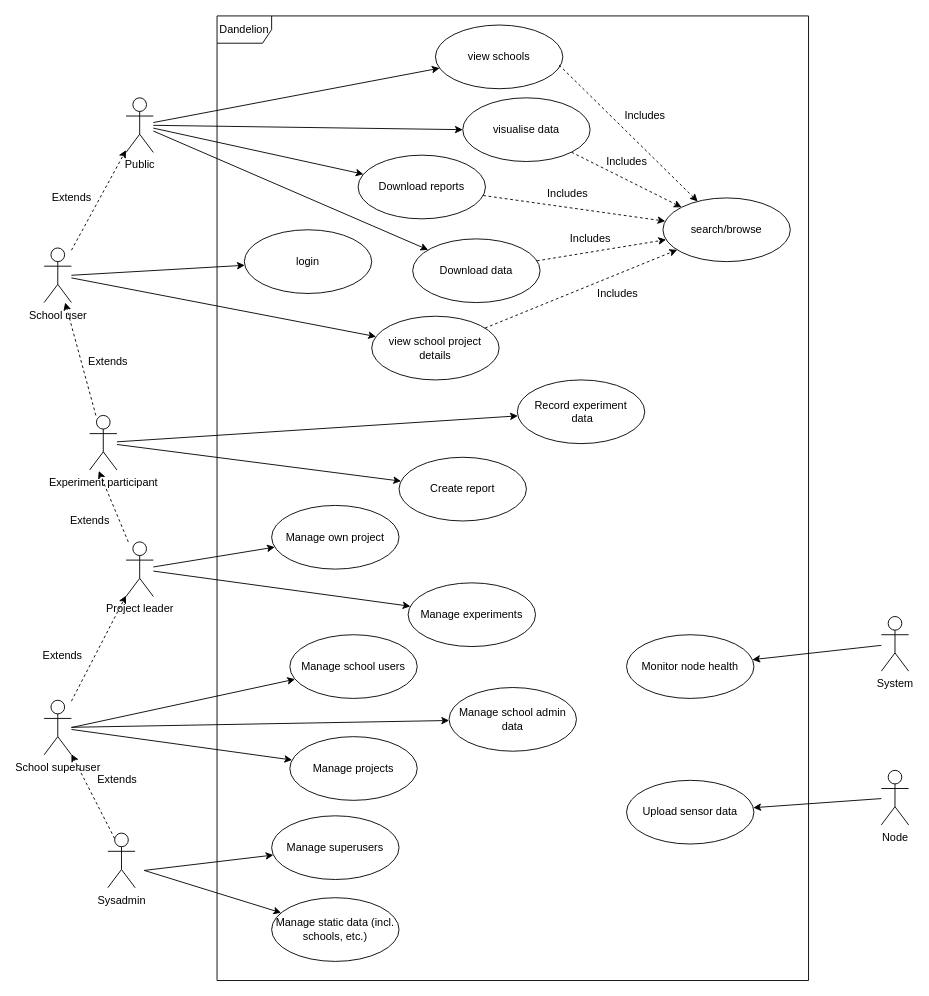
The draw.io diagram Documentation/Use cases.drawio in Dandelion-dev-team/dandelion, before the edit. Source tidied: cells renumbered, new cells numbered last; positions are measured from the earlier drawing's top-left corner, leaving out a move shared by most shapes. Both pictures are drawn from the tidied source at 91%, with x=0, y=0 at pixel (35, 15).
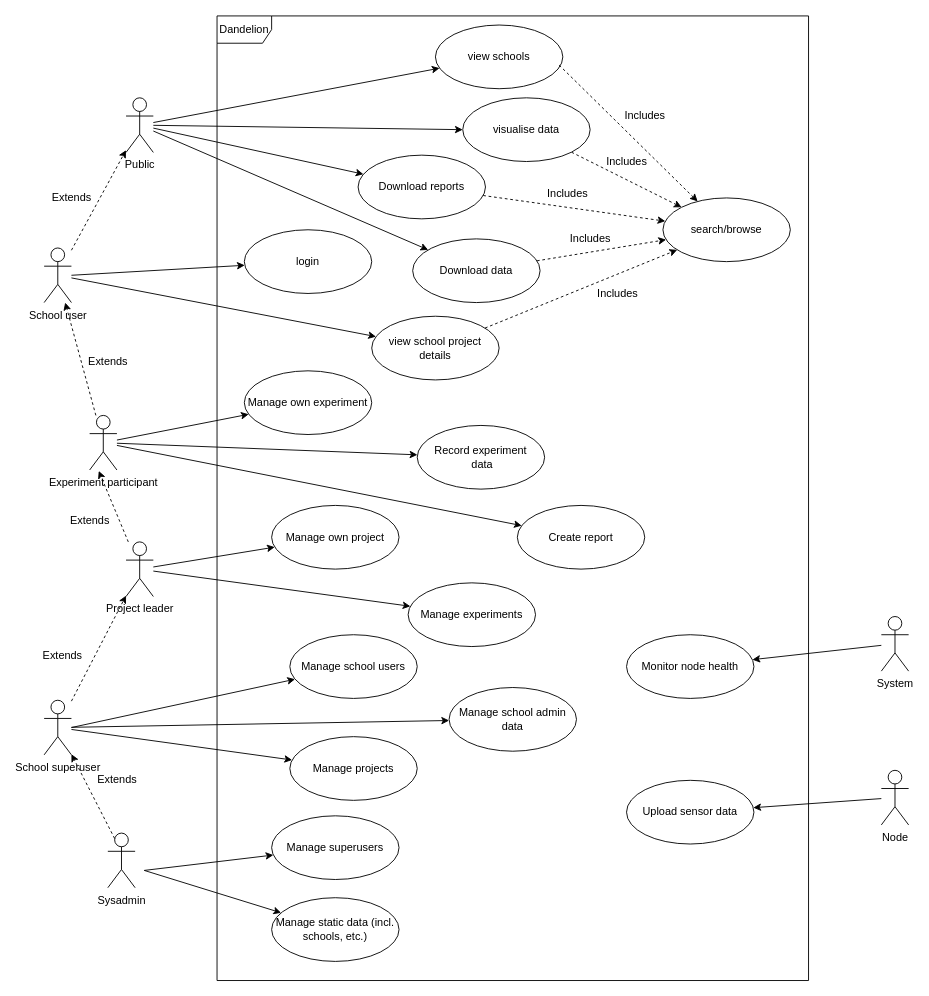
Above is the later version.

Commit message:
Update Use cases based on feedback from user workshop 1

Unchanged cells that the change refers to:
```xml
<mxCell id="8" value="Experiment participant" style="shape=umlActor;verticalLabelPosition=bottom;verticalAlign=top;html=1;" parent="1" vertex="1">
  <mxGeometry x="60" y="439" width="30" height="60" as="geometry" />
</mxCell>
```

What changed in the source:
```diff
@@
     <mxCell id="29" value="Record experiment&lt;br&gt;&amp;nbsp;data" style="ellipse;whiteSpace=wrap;html=1;" parent="1" vertex="1">
-      <mxGeometry x="530" y="400" width="140" height="70" as="geometry" />
+      <mxGeometry x="420" y="450" width="140" height="70" as="geometry" />
     </mxCell>
@@
     <mxCell id="31" value="Create report" style="ellipse;whiteSpace=wrap;html=1;" parent="1" vertex="1">
-      <mxGeometry x="400" y="485" width="140" height="70" as="geometry" />
+      <mxGeometry x="530" y="537.9" width="140" height="70" as="geometry" />
     </mxCell>
@@
+    <mxCell id="66" value="Manage own experiment" style="ellipse;whiteSpace=wrap;html=1;" parent="1" vertex="1">
+      <mxGeometry x="230" y="390" width="140" height="70" as="geometry" />
+    </mxCell>
+    <mxCell id="67" style="edgeStyle=none;rounded=0;jettySize=auto;html=1;" parent="1" edge="1" source="8" target="66">
+      <mxGeometry relative="1" as="geometry" />
+    </mxCell>
```
